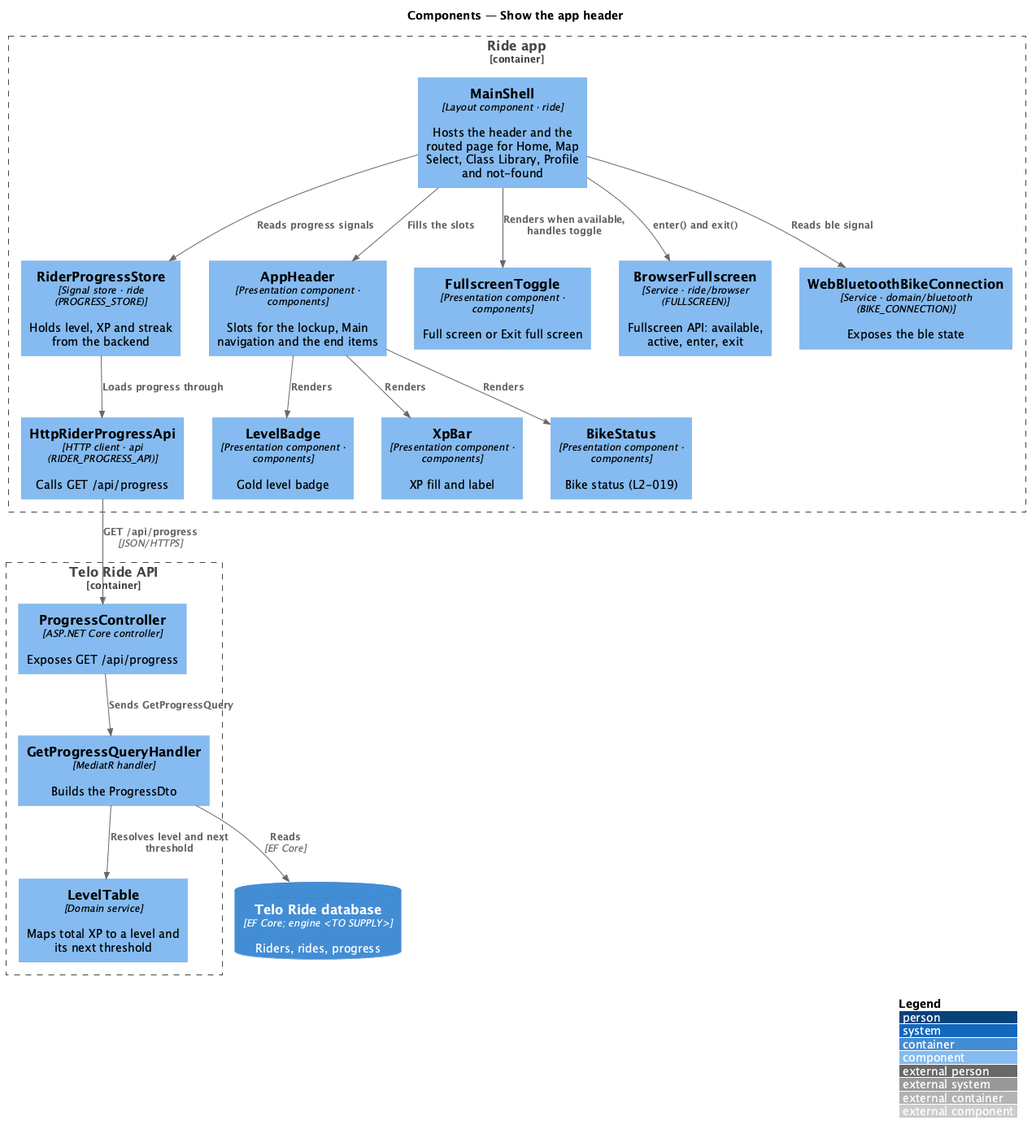
This is docs/detailed-designs/home/show-the-app-header/diagrams/c4-component.png from QuinntyneBrown/ride-one, a PlantUML export, as it was before one commit. Its diagram source:
```plantuml
@startuml
!include <C4/C4_Component>
LAYOUT_WITH_LEGEND()
title Components — Show the app header

Container_Boundary(app, "Ride app") {
  Component(shell, "MainShell", "Layout component · ride", "Hosts the header and the routed page for Home, Map Select, Class Library, Profile and not-found")
  Component(store, "RiderProgressStore", "Signal store · ride (PROGRESS_STORE)", "Holds level, XP and streak from the backend")
  Component(apphdr, "AppHeader", "Presentation component · components", "Slots for the lockup, Main navigation and the end items")
  Component(toggle, "FullscreenToggle", "Presentation component · components", "Full screen or Exit full screen")
  Component(fs, "BrowserFullscreen", "Service · ride/browser (FULLSCREEN)", "Fullscreen API: available, active, enter, exit")
  Component(badge, "LevelBadge", "Presentation component · components", "Gold level badge")
  Component(xpbar, "XpBar", "Presentation component · components", "XP fill and label")
  Component(bikestatus, "BikeStatus", "Presentation component · components", "Bike status (L2-019)")
  Component(conn, "WebBluetoothBikeConnection", "Service · domain/bluetooth (BIKE_CONNECTION)", "Exposes the ble state")
  Component(client, "HttpRiderProgressApi", "HTTP client · api (RIDER_PROGRESS_API)", "Calls GET /api/progress")
}
Container_Boundary(api, "Telo Ride API") {
  Component(ctrl, "ProgressController", "ASP.NET Core controller", "Exposes GET /api/progress")
  Component(handler, "GetProgressQueryHandler", "MediatR handler", "Builds the ProgressDto")
  Component(levels, "LevelTable", "Domain service", "Maps total XP to a level and its next threshold")
}
ContainerDb(db, "Telo Ride database", "EF Core; engine <TO SUPPLY>", "Riders, rides, progress")

Rel(shell, store, "Reads progress signals")
Rel(shell, conn, "Reads ble signal")
Rel(shell, apphdr, "Fills the slots")
Rel(shell, toggle, "Renders when available, handles toggle")
Rel(shell, fs, "enter() and exit()")
Rel(apphdr, badge, "Renders")
Rel(apphdr, xpbar, "Renders")
Rel(apphdr, bikestatus, "Renders")
Rel(store, client, "Loads progress through")
Rel(client, ctrl, "GET /api/progress", "JSON/HTTPS")
Rel(ctrl, handler, "Sends GetProgressQuery")
Rel(handler, levels, "Resolves level and next threshold")
Rel(handler, db, "Reads", "EF Core")
@enduml
```
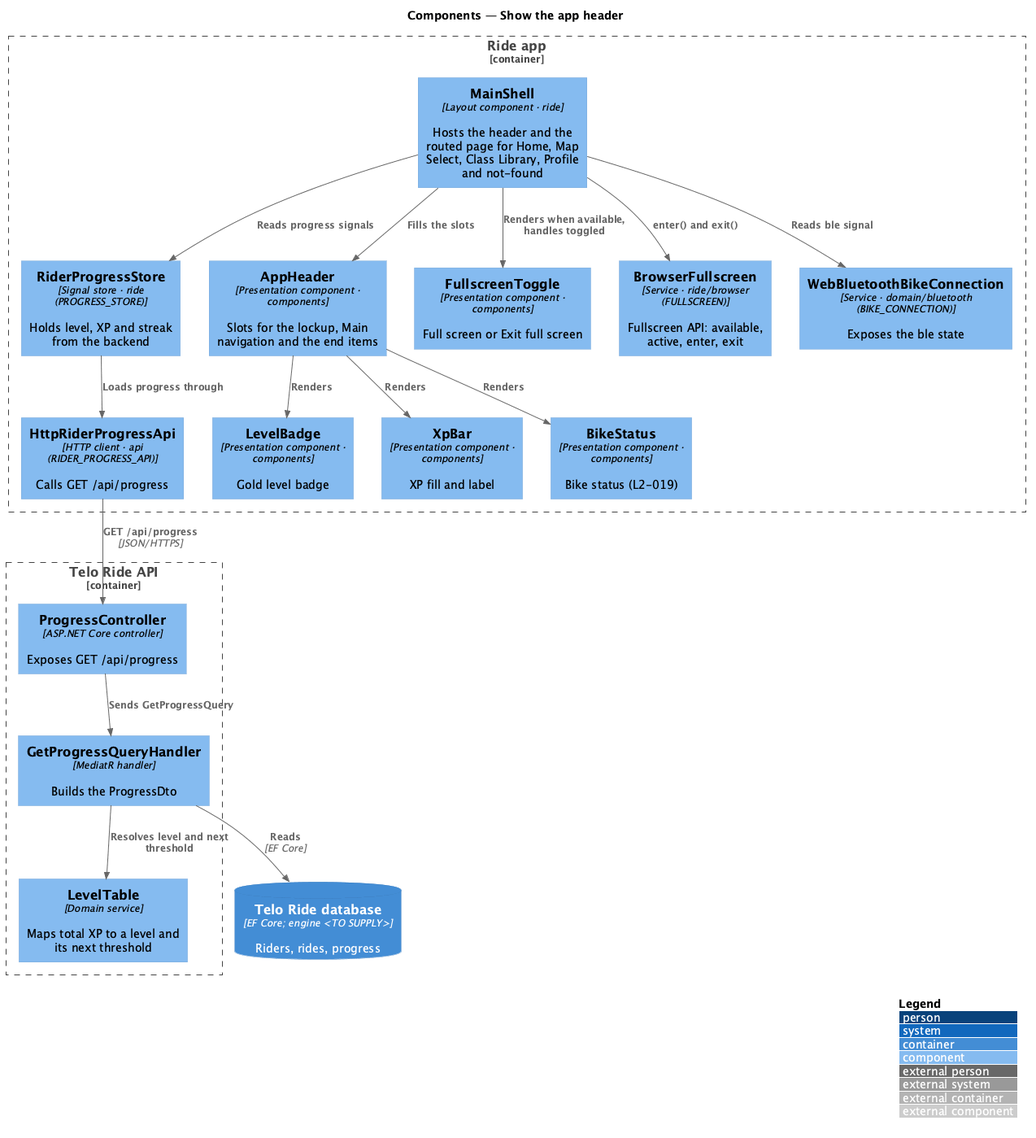
After the commit.

Change to the diagram source:
```diff
@@ -25,7 +25,7 @@
 Rel(shell, store, "Reads progress signals")
 Rel(shell, conn, "Reads ble signal")
 Rel(shell, apphdr, "Fills the slots")
-Rel(shell, toggle, "Renders when available, handles toggle")
+Rel(shell, toggle, "Renders when available, handles toggled")
 Rel(shell, fs, "enter() and exit()")
 Rel(apphdr, badge, "Renders")
 Rel(apphdr, xpbar, "Renders")
```
